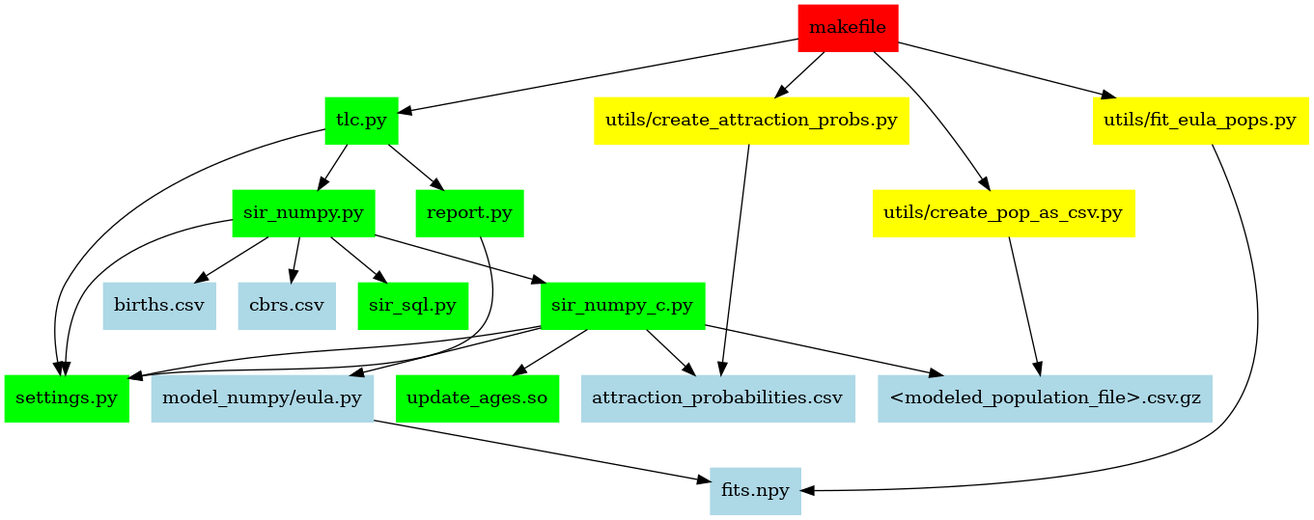
jonathanhhb/laser keeps this Graphviz diagram as sql_modeling/doc/codebase.png. Above is the earlier version. Its source is kept beside it as sql_modeling/doc/codebase.dot.
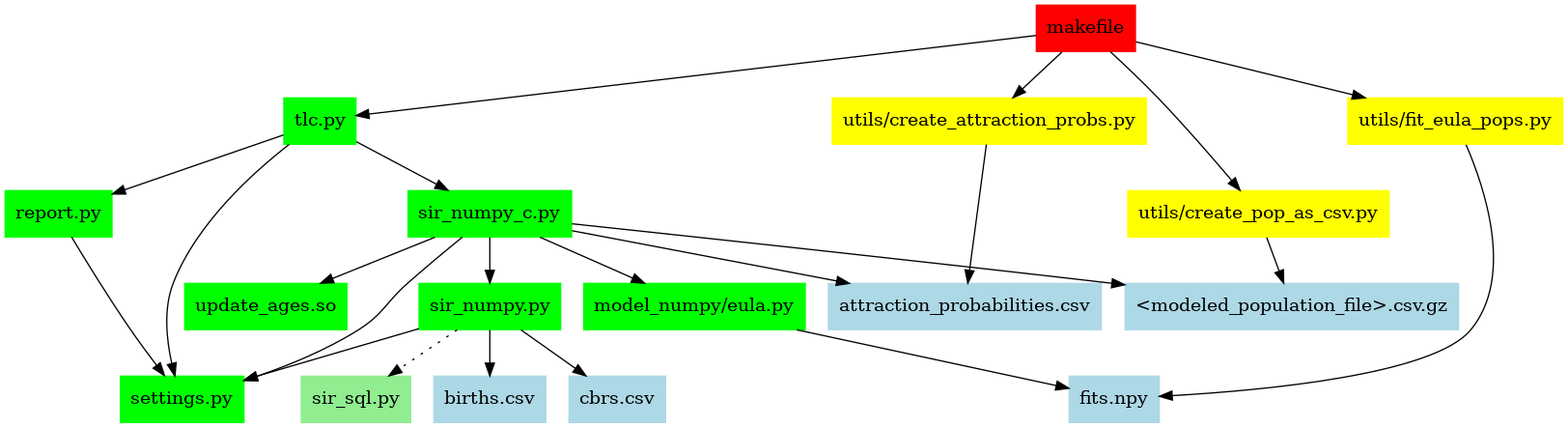
The same diagram one commit later.

Commit message:
Reviewed & improved.

Change to the diagram source:
```diff
@@ -7,12 +7,12 @@
     modeled_population_file [label="<modeled_population_file>.csv.gz", color=lightblue];
     fits_npy [label="fits.npy", color=lightblue];
     makefile [label="makefile", color=red];
-    eula_py [label="model_numpy/eula.py", color=lightblue];
+    eula_py [label="model_numpy/eula.py", color=green];
     report_py [label="report.py", color=green];
     settings_py [label="settings.py", color=green];
     sir_numpy_py [label="sir_numpy.py", color=green];
     sir_numpy_c_py [label="sir_numpy_c.py", color=green];
-    sir_sql_py [label="sir_sql.py", color=green];
+    sir_sql_py [label="sir_sql.py", color=lightgreen];
     tlc_py [label="tlc.py", color=green];
     update_ages_so [label="update_ages.so", color=green];
 
@@ -22,11 +22,11 @@
 
 
     makefile -> tlc_py
-    tlc_py -> { sir_numpy_py report_py };
+    tlc_py -> { sir_numpy_c_py report_py };
     tlc_py -> settings_py;
     sir_numpy_py -> settings_py;
-    sir_numpy_py -> sir_sql_py;
-    sir_numpy_py -> sir_numpy_c_py;
+    sir_numpy_py -> sir_sql_py [style=dotted];
+    sir_numpy_c_py -> sir_numpy_py;
     sir_numpy_py -> births_csv;
     sir_numpy_py -> cbrs_csv;
     sir_numpy_c_py -> attraction_probabilities_csv;
```
